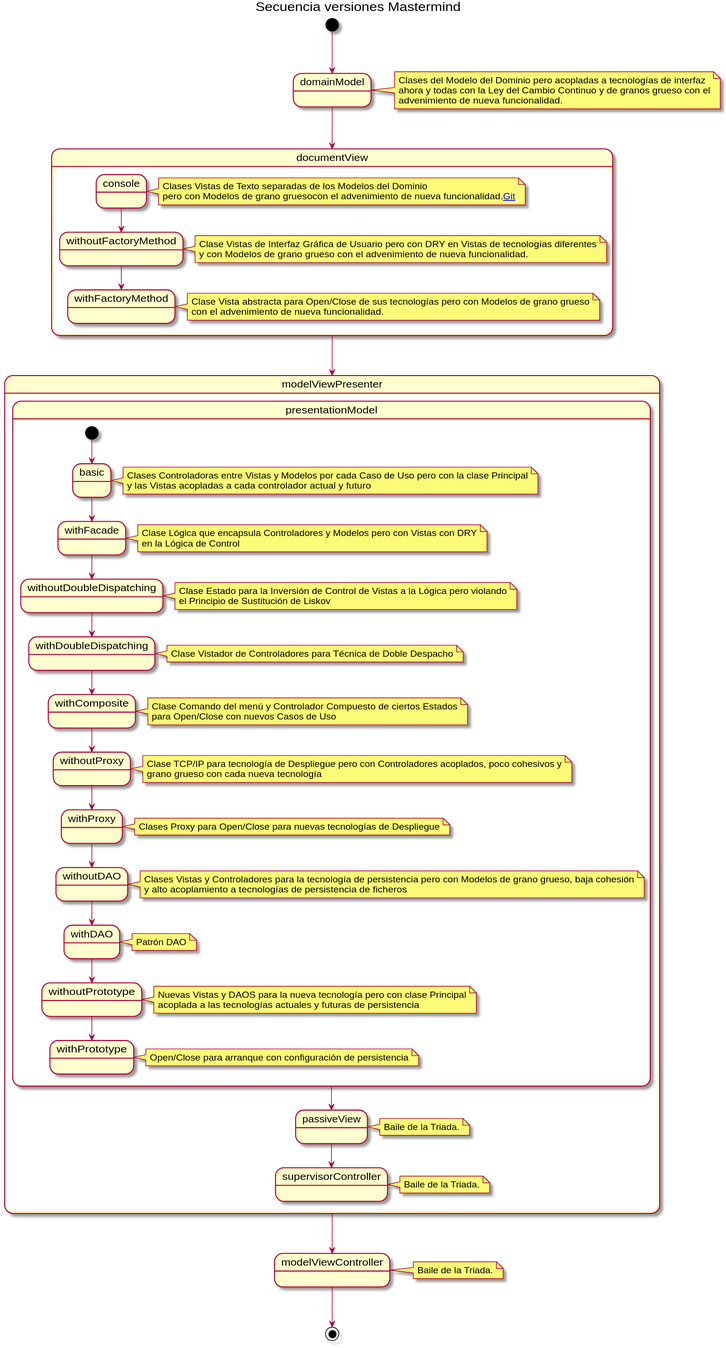
Earlier version of the PlantUML export docs/diagrams/out/Mastermind/Mastermind.svg (SantaTecla-mastermind/solution.java.swing.socket.sql).
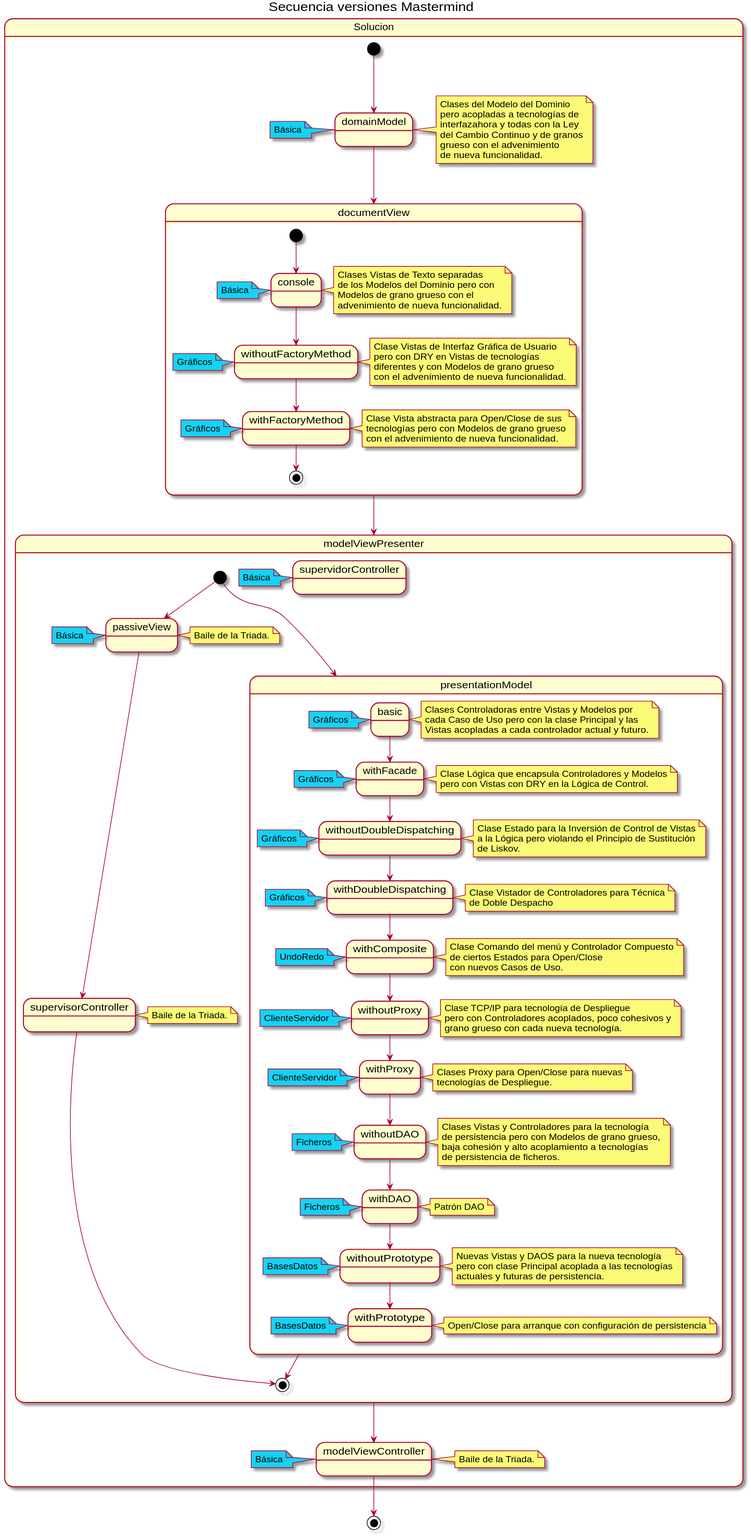
The same diagram one commit later.

Commit message:
Diagrama versiones

What changed in the source:
```diff
@@ -1,74 +1,125 @@
 @startuml
 title Secuencia versiones Mastermind
+
+state Solucion {
 [*] --> domainModel
+
 state domainModel
-note right: Clases del Modelo del Dominio pero acopladas a tecnologías de interfaz\nahora y todas con la Ley del Cambio Continuo y de granos grueso con el\nadvenimiento de nueva funcionalidad.
+note right: Clases del Modelo del Dominio\npero acopladas a tecnologías de\ninterfazahora y todas con la Ley\ndel Cambio Continuo y de granos\ngrueso con el advenimiento\nde nueva funcionalidad.
 state documentView
-
 state modelViewPresenter
-
-
-
+ note left of modelViewController #15D2F3
+  Básica
+end note
 state modelViewController
 note right: Baile de la Triada.
-
-
-
-
-
+ note left of domainModel #15D2F3
+  Básica
+end note
 domainModel --> documentView
 
 state documentView {
+[*] --> console
+ note left of console #15D2F3
+  Básica
+end note
   state console
-  note right: Clases Vistas de Texto separadas de los Modelos del Dominio\npero con Modelos de grano gruesocon el advenimiento de nueva funcionalidad.[[https://github.com/SantaTecla-mastermind/solution.java.swing.socket.sql/tree/master/documentView/console Git]]
+  note right: Clases Vistas de Texto separadas\nde los Modelos del Dominio pero con\nModelos de grano grueso con el\nadvenimiento de nueva funcionalidad.
+
+   note left of withoutFactoryMethod #15D2F3
+  Gráficos
+end note
   state withoutFactoryMethod
-  note right:Clase Vistas de Interfaz Gráfica de Usuario pero con DRY en Vistas de tecnologías diferentes\ny con Modelos de grano grueso con el advenimiento de nueva funcionalidad.
+  note right:Clase Vistas de Interfaz Gráfica de Usuario\npero con DRY en Vistas de tecnologías\ndiferentes y con Modelos de grano grueso\ncon el advenimiento de nueva funcionalidad.
+
+  note left of withFactoryMethod #15D2F3
+  Gráficos
+end note
   state withFactoryMethod
-  note right: Clase Vista abstracta para Open/Close de sus tecnologías pero con Modelos de grano grueso\ncon el advenimiento de nueva funcionalidad.
+  note right: Clase Vista abstracta para Open/Close de sus\ntecnologías pero con Modelos de grano grueso\ncon el advenimiento de nueva funcionalidad.
 
   console --> withoutFactoryMethod
   withoutFactoryMethod --> withFactoryMethod
+  withFactoryMethod-->[*]
 }
 
 documentView --> modelViewPresenter
 
+
 state modelViewPresenter{
+[*] --> presentationModel
+[*] --> passiveView
+presentationModel-->[*]
+
 
 state presentationModel{
+note left of basic #15D2F3
+  Gráficos
+end note
 state basic
-note right:Clases Controladoras entre Vistas y Modelos por cada Caso de Uso pero con la clase Principal\ny las Vistas acopladas a cada controlador actual y futuro
+note right:Clases Controladoras entre Vistas y Modelos por\ncada Caso de Uso pero con la clase Principal y las\nVistas acopladas a cada controlador actual y futuro.
 
+note left of withFacade #15D2F3
+  Gráficos
+end note
 state withFacade
-note right:Clase Lógica que encapsula Controladores y Modelos pero con Vistas con DRY\nen la Lógica de Control
+note right:Clase Lógica que encapsula Controladores y Modelos\npero con Vistas con DRY en la Lógica de Control.
 
+note left of withoutDoubleDispatching #15D2F3
+  Gráficos
+end note
 state withoutDoubleDispatching
-note right:Clase Estado para la Inversión de Control de Vistas a la Lógica pero violando\nel Principio de Sustitución de Liskov
+note right:Clase Estado para la Inversión de Control de Vistas\na la Lógica pero violando el Principio de Sustitución\nde Liskov.
 
+note left of withDoubleDispatching #15D2F3
+  Gráficos
+end note
 state withDoubleDispatching
-note right:Clase Vistador de Controladores para Técnica de Doble Despacho
+note right:Clase Vistador de Controladores para Técnica\nde Doble Despacho
 
+note left of withComposite #15D2F3
+  UndoRedo
+end note
 state withComposite
-note right:Clase Comando del menú y Controlador Compuesto de ciertos Estados\npara Open/Close con nuevos Casos de Uso
+note right:Clase Comando del menú y Controlador Compuesto\nde ciertos Estados para Open/Close\ncon nuevos Casos de Uso.
 
+note left of withoutProxy #15D2F3
+  ClienteServidor
+end note
 state withoutProxy
-note right:Clase TCP/IP para tecnología de Despliegue pero con Controladores acoplados, poco cohesivos y\ngrano grueso con cada nueva tecnología
+note right:Clase TCP/IP para tecnología de Despliegue\npero con Controladores acoplados, poco cohesivos y\ngrano grueso con cada nueva tecnología.
 
+note left of withProxy #15D2F3
+  ClienteServidor
+end note
 state withProxy
-note right:Clases Proxy para Open/Close para nuevas tecnologías de Despliegue
+note right:Clases Proxy para Open/Close para nuevas\ntecnologías de Despliegue.
 
+note left of withoutDAO #15D2F3
+  Ficheros
+end note
 state withoutDAO
-note right:Clases Vistas y Controladores para la tecnología de persistencia pero con Modelos de grano grueso, baja cohesión\ny alto acoplamiento a tecnologías de persistencia de ficheros
+note right:Clases Vistas y Controladores para la tecnología\nde persistencia pero con Modelos de grano grueso,\nbaja cohesión y alto acoplamiento a tecnologías\nde persistencia de ficheros.
 
+note left of withDAO #15D2F3
+  Ficheros
+end note
 state withDAO
 note right: Patrón DAO
 
+note left of withoutPrototype #15D2F3
+  BasesDatos
+end note
 state withoutPrototype
-note right:Nuevas Vistas y DAOS para la nueva tecnología pero con clase Principal\nacoplada a las tecnologías actuales y futuras de persistencia
+note right:Nuevas Vistas y DAOS para la nueva tecnología\npero con clase Principal acoplada a las tecnologías\nactuales y futuras de persistencia.
 
+note left of withPrototype #15D2F3
+  BasesDatos
+end note
 state withPrototype
 note right:Open/Close para arranque con configuración de persistencia
 
-[*] --> basic
+
 basic --> withFacade
 withFacade --> withoutDoubleDispatching
 withoutDoubleDispatching --> withDoubleDispatching
@@ -82,19 +133,25 @@
 
 
 }
-
+ note left of passiveView #15D2F3
+  Básica
+end note
 state passiveView
 note right: Baile de la Triada.
+
+ note left of supervidorController #15D2F3
+  Básica
+end note
 state supervisorController
 note right: Baile de la Triada.
 
-presentationModel-->passiveView
 passiveView-->supervisorController
-
+supervisorController-->[*]
 }
 
 modelViewPresenter --> modelViewController
 
 }
 modelViewController-->[*]
+}
 @enduml
```
